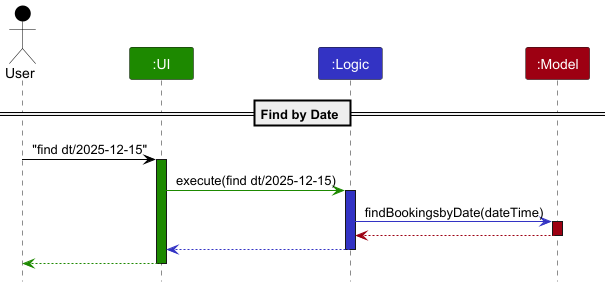
The PlantUML diagram docs/images/FindBookingbyDateTimeProposedSequence.png in tathan08/tp, before a commit.
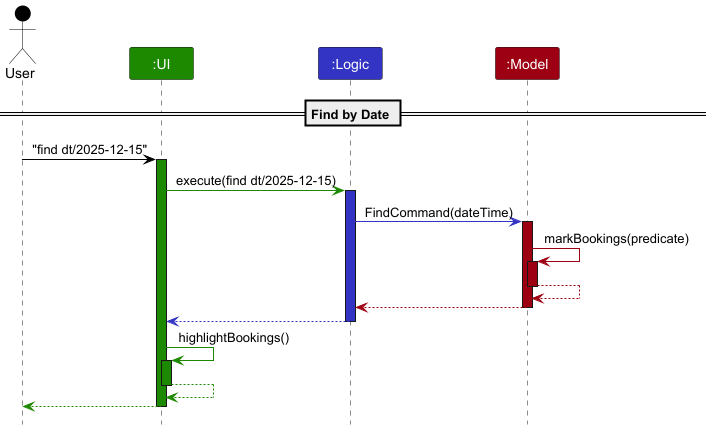
After the change.

What changed in the source:
```diff
@@ -13,16 +13,25 @@
 ui -[UI_COLOR]> logic : execute(find dt/2025-12-15)
 activate logic LOGIC_COLOR
 
-logic -[LOGIC_COLOR]> model : findBookingsbyDate(dateTime)
+logic -[LOGIC_COLOR]> model : FindCommand(dateTime)
 activate model MODEL_COLOR
+
+model -[MODEL_COLOR]> model : markBookings(predicate)
+activate model MODEL_COLOR
+model --[MODEL_COLOR]> model :
+deactivate model MODEL_COLOR
+
 model -[MODEL_COLOR]-> logic :
 deactivate model
 
-
-
 logic --[LOGIC_COLOR]> ui :
 deactivate logic
+
+ui -[UI_COLOR]> ui : highlightBookings()
+activate ui UI_COLOR
+ui  --[UI_COLOR]> ui :
+deactivate ui
+
 ui --[UI_COLOR]> user :
 deactivate ui
-
 @enduml
```
